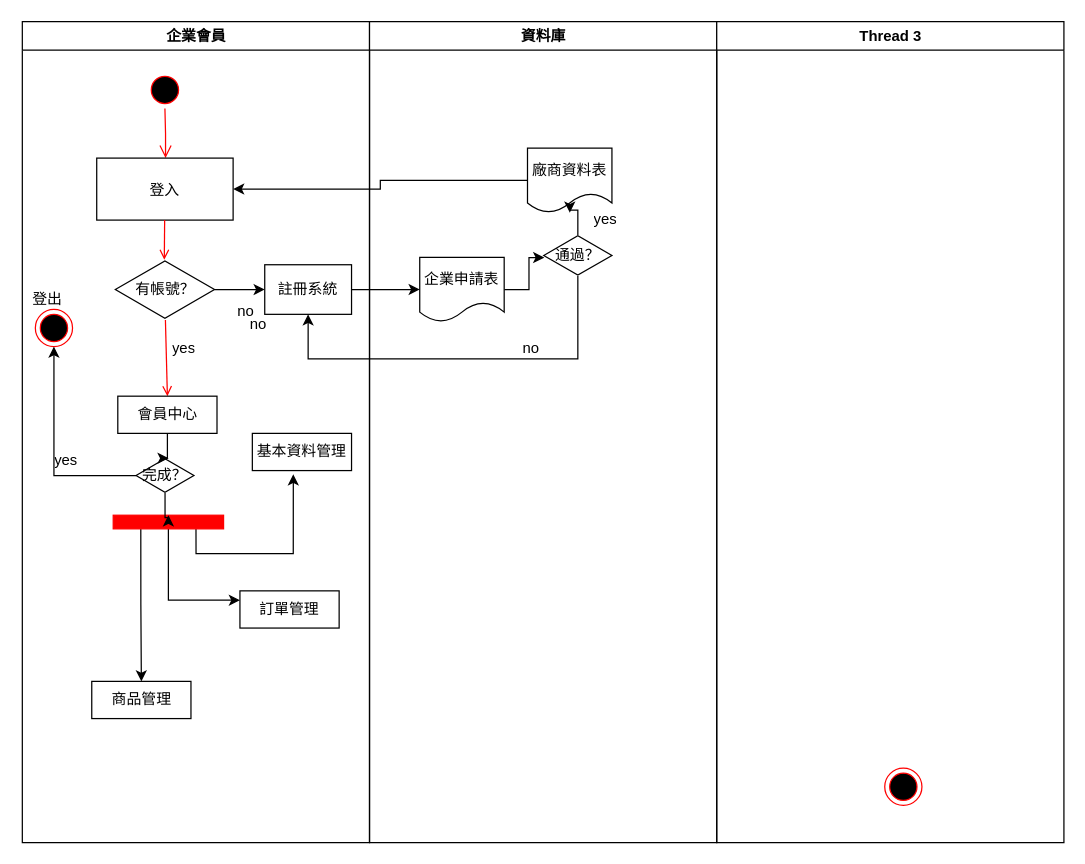
Earlier version of the draw.io diagram Untitled Diagram.drawio (4gold/github-slideshow). Source tidied: cells renumbered, new cells numbered last; positions are measured from the earlier drawing's top-left corner, leaving out a move shared by most shapes. Both pictures are drawn from the tidied source at 124%, with x=0, y=0 at pixel (21, 21).
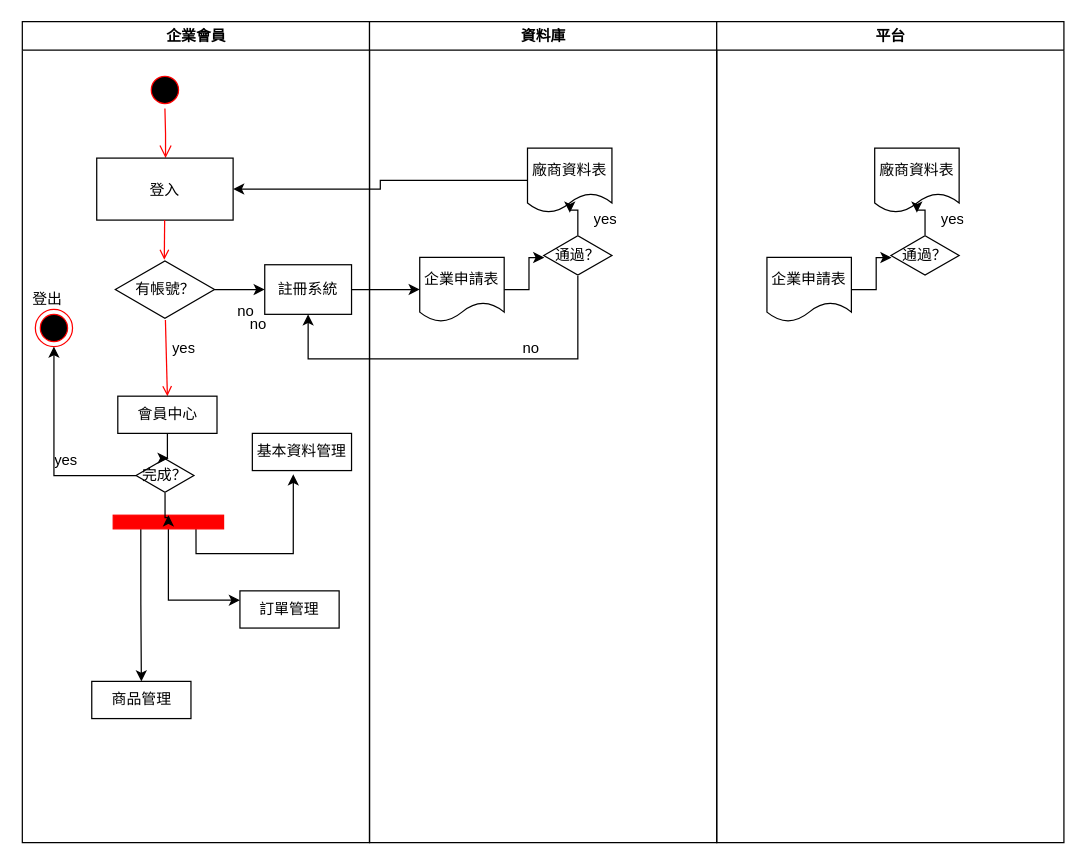
After the change.

What changed in the source:
```diff
@@
-    <mxCell id="27" value="Thread 3" style="swimlane;whiteSpace=wrap;" parent="1" vertex="1">
-      <mxGeometry x="560.5" width="280" height="662" as="geometry" />
-    </mxCell>
-    <mxCell id="28" style="ellipse;shape=endState;fillColor=#000000;strokeColor=#ff0000;" parent="27" vertex="1">
-      <mxGeometry x="135.5" y="602" width="30" height="30" as="geometry" />
-    </mxCell>
@@
+    <mxCell id="42" value="平台" style="swimlane;whiteSpace=wrap;" parent="1" vertex="1">
+      <mxGeometry x="560.5" width="280" height="662" as="geometry" />
+    </mxCell>
+    <mxCell id="43" style="edgeStyle=orthogonalEdgeStyle;rounded=0;jettySize=auto;html=1;entryX=0.008;entryY=0.553;entryDx=0;entryDy=0;entryPerimeter=0;" parent="42" edge="1" source="44" target="47">
+      <mxGeometry relative="1" as="geometry" />
+    </mxCell>
+    <mxCell id="44" value="企業申請表" style="shape=document;whiteSpace=wrap;html=1;boundedLbl=1;rounded=0;" parent="42" vertex="1">
+      <mxGeometry x="40.5" y="190" width="68.1" height="52" as="geometry" />
+    </mxCell>
+    <mxCell id="45" value="廠商資料表" style="shape=document;whiteSpace=wrap;html=1;boundedLbl=1;rounded=0;" parent="42" vertex="1">
+      <mxGeometry x="127.4" y="102" width="68.1" height="52" as="geometry" />
+    </mxCell>
+    <mxCell id="46" style="edgeStyle=orthogonalEdgeStyle;rounded=0;jettySize=auto;html=1;" parent="42" edge="1" source="47" target="45">
+      <mxGeometry relative="1" as="geometry" />
+    </mxCell>
+    <mxCell id="47" value="通過？" style="html=1;whiteSpace=wrap;shape=isoRectangle;" parent="42" vertex="1">
+      <mxGeometry x="140.5" y="172" width="55" height="33" as="geometry" />
+    </mxCell>
+    <mxCell id="48" value="yes" style="text;html=1;strokeColor=none;fillColor=none;align=center;verticalAlign=middle;whiteSpace=wrap;overflow=hidden;" parent="42" vertex="1">
+      <mxGeometry x="175" y="148" width="30" height="24" as="geometry" />
+    </mxCell>
```
